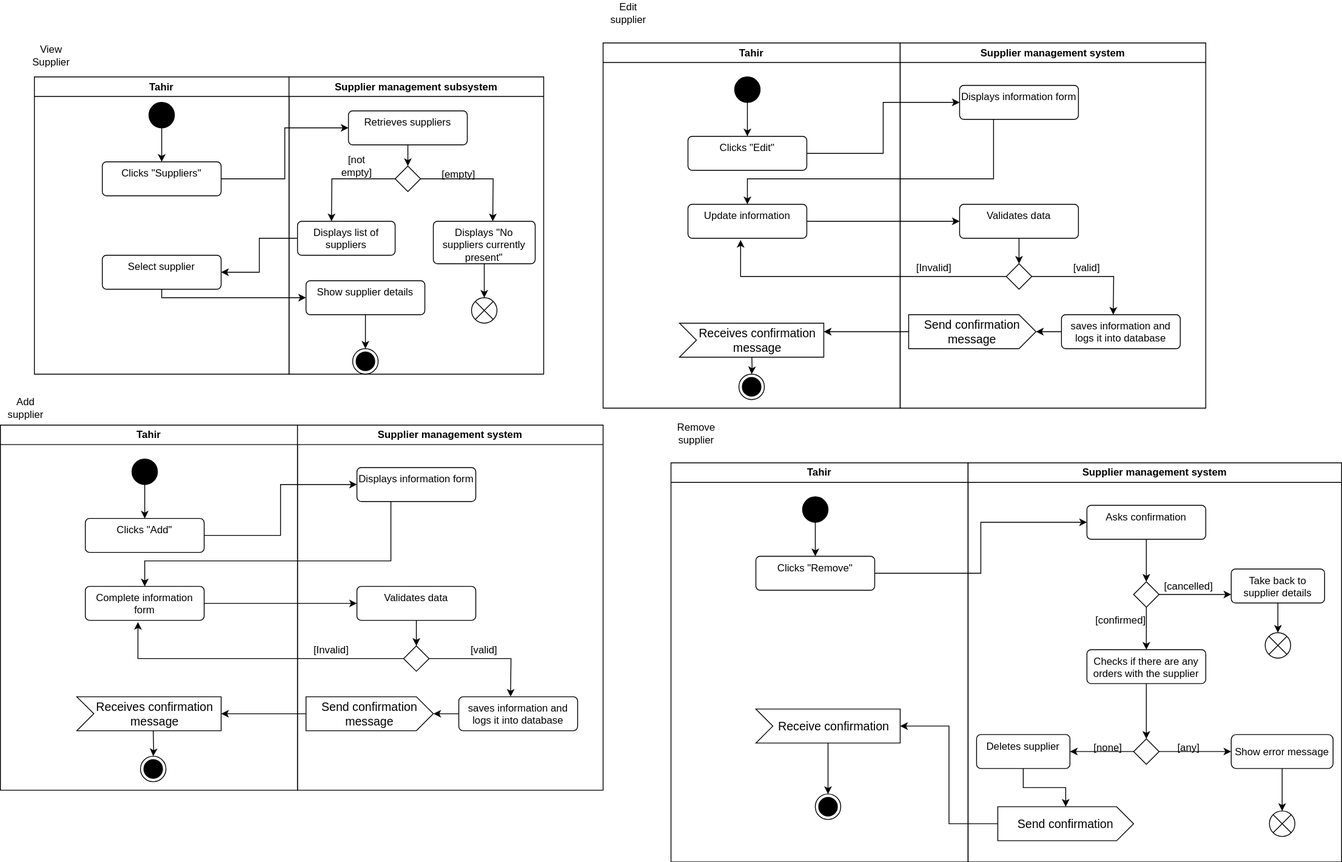
This is supplier_act.svg from Simamkele88/IFM3_GP, a draw.io export, as it was before one commit. Source tidied: cells renumbered, new cells last; positions are measured from the earlier drawing's top-left corner, leaving out a move shared by most shapes.
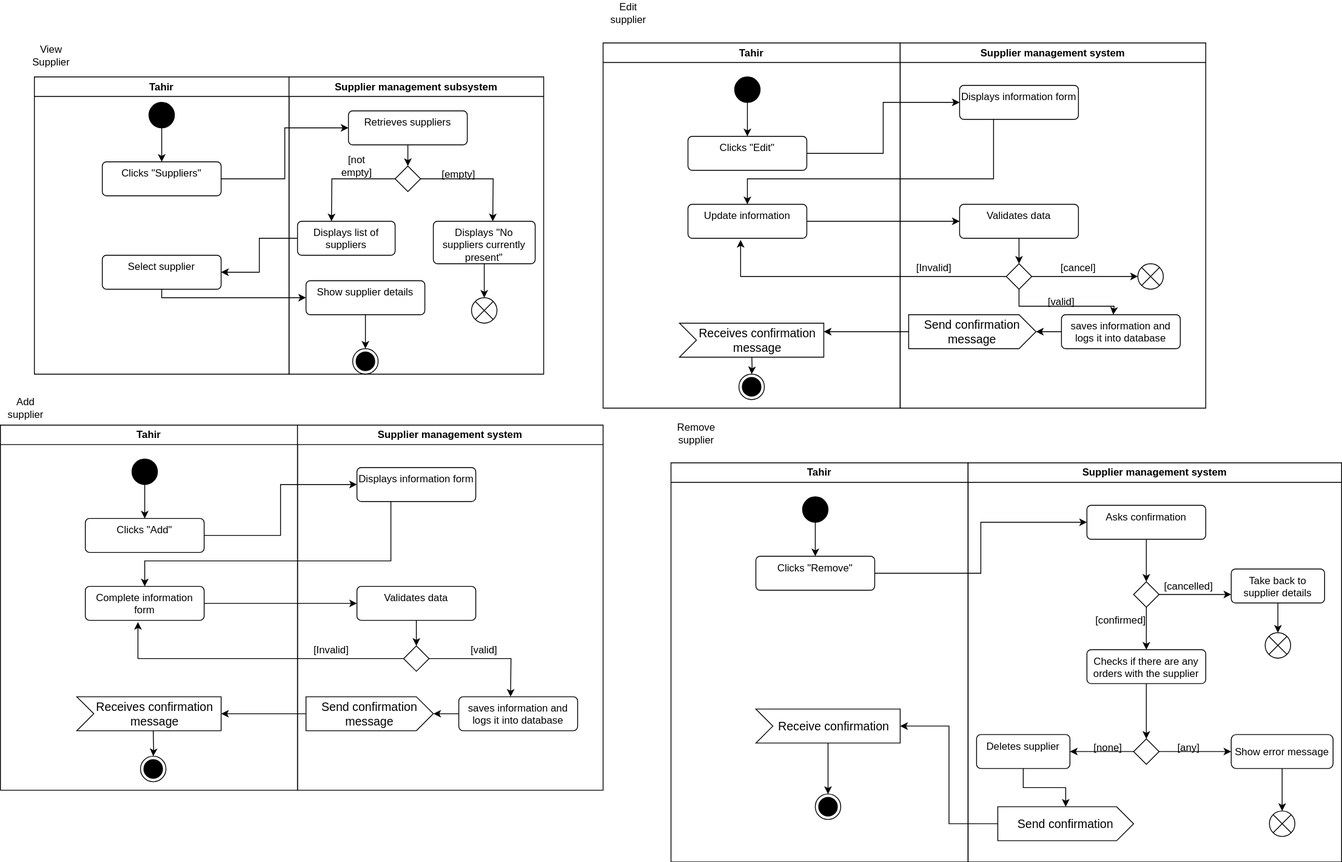
After the change.

The edit, as a diff of the source:
```diff
@@ -120,6 +120,11 @@
     <mxCell id="37" value="Validates data" style="html=1;align=center;verticalAlign=top;rounded=1;absoluteArcSize=1;arcSize=10;dashed=0;whiteSpace=wrap;" parent="34" vertex="1">
       <mxGeometry x="70" y="190" width="140" height="40" as="geometry" />
     </mxCell>
+    <mxCell id="113" style="edgeStyle=orthogonalEdgeStyle;rounded=0;jettySize=auto;html=1;exitX=1;exitY=0.5;exitDx=0;exitDy=0;" parent="34" edge="1" source="38">
+      <mxGeometry relative="1" as="geometry">
+        <mxPoint x="280" y="275" as="targetPoint" />
+      </mxGeometry>
+    </mxCell>
     <mxCell id="38" style="rhombus;" parent="34" vertex="1">
       <mxGeometry x="125" y="260" width="30" height="30" as="geometry" />
     </mxCell>
@@ -132,17 +137,27 @@
     <mxCell id="41" value="saves information and logs it into database" style="html=1;align=center;verticalAlign=top;rounded=1;absoluteArcSize=1;arcSize=10;dashed=0;whiteSpace=wrap;" parent="34" vertex="1">
       <mxGeometry x="190" y="320" width="140" height="40" as="geometry" />
     </mxCell>
-    <mxCell id="42" style="edgeStyle=orthogonalEdgeStyle;rounded=0;jettySize=auto;html=1;" parent="34" edge="1" source="38">
+    <mxCell id="42" style="edgeStyle=orthogonalEdgeStyle;rounded=0;jettySize=auto;html=1;exitX=0.5;exitY=1;exitDx=0;exitDy=0;" parent="34" edge="1" source="38">
       <mxGeometry relative="1" as="geometry">
         <mxPoint x="251" y="320" as="targetPoint" />
+        <Array as="points">
+          <mxPoint x="140" y="310" />
+          <mxPoint x="252" y="310" />
+        </Array>
       </mxGeometry>
     </mxCell>
     <mxCell id="43" value="[valid]" style="text;html=1;align=center;verticalAlign=middle;whiteSpace=wrap;rounded=0;" parent="34" vertex="1">
-      <mxGeometry x="190" y="250" width="60" height="30" as="geometry" />
+      <mxGeometry x="160" y="290" width="60" height="30" as="geometry" />
     </mxCell>
     <mxCell id="44" value="Send confirmation message" style="html=1;shape=mxgraph.infographic.ribbonSimple;notch1=0;notch2=20;align=center;verticalAlign=middle;fontSize=14;fontStyle=0;fillColor=#FFFFFF;whiteSpace=wrap;" parent="34" vertex="1">
       <mxGeometry x="10" y="320" width="150" height="40" as="geometry" />
     </mxCell>
+    <mxCell id="114" style="shape=sumEllipse;perimeter=ellipsePerimeter;html=1;backgroundOutline=1;" parent="34" vertex="1">
+      <mxGeometry x="280" y="260" width="30" height="30" as="geometry" />
+    </mxCell>
+    <mxCell id="115" value="[cancel]" style="text;html=1;align=center;verticalAlign=middle;whiteSpace=wrap;rounded=0;" parent="34" vertex="1">
+      <mxGeometry x="180" y="250" width="60" height="30" as="geometry" />
+    </mxCell>
     <mxCell id="45" style="edgeStyle=orthogonalEdgeStyle;rounded=0;jettySize=auto;html=1;entryX=0;entryY=0.5;entryDx=0;entryDy=0;" parent="1" edge="1" source="29" target="35">
       <mxGeometry relative="1" as="geometry" />
     </mxCell>
```
